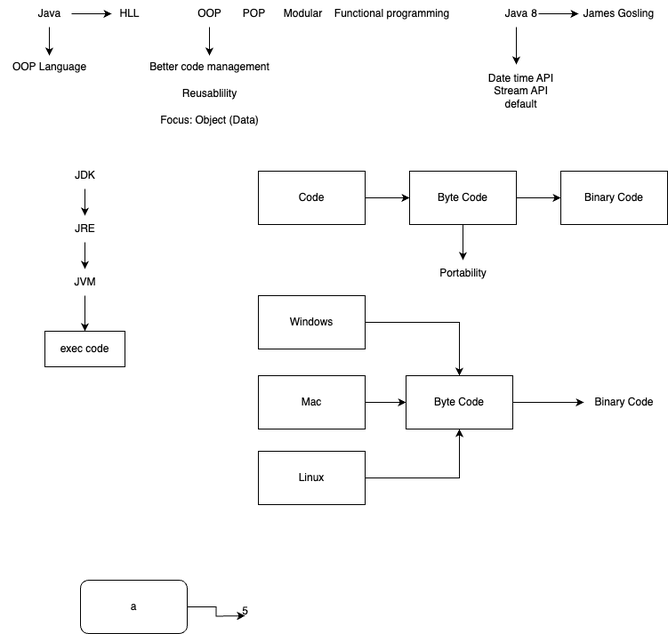
Earlier version of the draw.io export corejava.png (aryan1403/wipro-rps-training). Source tidied: cells renumbered, new cells last; positions are measured from the earlier drawing's top-left corner, leaving out a move shared by most shapes. The source it was exported from:
```xml
<mxGraphModel>
  <root>
    <mxCell id="0" />
    <mxCell id="1" parent="0" />
    <mxCell id="2" style="edgeStyle=orthogonalEdgeStyle;rounded=0;jettySize=auto;html=1;" parent="1" edge="1" source="4">
      <mxGeometry relative="1" as="geometry">
        <mxPoint x="55" y="62" as="targetPoint" />
      </mxGeometry>
    </mxCell>
    <mxCell id="3" style="edgeStyle=orthogonalEdgeStyle;rounded=0;jettySize=auto;html=1;" parent="1" edge="1" source="4">
      <mxGeometry relative="1" as="geometry">
        <mxPoint x="125" y="15" as="targetPoint" />
      </mxGeometry>
    </mxCell>
    <mxCell id="4" value="Java" style="text;html=1;align=center;verticalAlign=middle;points=[];strokeColor=none;fillColor=none;" parent="1" vertex="1">
      <mxGeometry x="30" width="50" height="30" as="geometry" />
    </mxCell>
    <mxCell id="5" value="OOP Language" style="text;html=1;align=center;verticalAlign=middle;strokeColor=none;fillColor=none;" parent="1" vertex="1">
      <mxGeometry y="60" width="110" height="30" as="geometry" />
    </mxCell>
    <mxCell id="6" value="HLL" style="text;html=1;align=center;verticalAlign=middle;strokeColor=none;fillColor=none;" parent="1" vertex="1">
      <mxGeometry x="120" width="50" height="30" as="geometry" />
    </mxCell>
    <mxCell id="7" style="edgeStyle=orthogonalEdgeStyle;rounded=0;jettySize=auto;html=1;" parent="1" edge="1" source="8">
      <mxGeometry relative="1" as="geometry">
        <mxPoint x="235" y="62" as="targetPoint" />
      </mxGeometry>
    </mxCell>
    <mxCell id="8" value="OOP" style="text;html=1;align=center;verticalAlign=middle;points=[];strokeColor=none;fillColor=none;" parent="1" vertex="1">
      <mxGeometry x="210" width="50" height="30" as="geometry" />
    </mxCell>
    <mxCell id="9" value="POP" style="text;html=1;align=center;verticalAlign=middle;strokeColor=none;fillColor=none;" parent="1" vertex="1">
      <mxGeometry x="260" width="50" height="30" as="geometry" />
    </mxCell>
    <mxCell id="10" value="Modular" style="text;html=1;align=center;verticalAlign=middle;strokeColor=none;fillColor=none;" parent="1" vertex="1">
      <mxGeometry x="305" width="70" height="30" as="geometry" />
    </mxCell>
    <mxCell id="11" value="Better code management" style="text;html=1;align=center;verticalAlign=middle;strokeColor=none;fillColor=none;" parent="1" vertex="1">
      <mxGeometry x="155" y="60" width="160" height="30" as="geometry" />
    </mxCell>
    <mxCell id="12" value="Reusablility" style="text;html=1;align=center;verticalAlign=middle;strokeColor=none;fillColor=none;" parent="1" vertex="1">
      <mxGeometry x="195" y="90" width="80" height="30" as="geometry" />
    </mxCell>
    <mxCell id="13" value="Focus: Object (Data)" style="text;html=1;align=center;verticalAlign=middle;strokeColor=none;fillColor=none;" parent="1" vertex="1">
      <mxGeometry x="170" y="120" width="130" height="30" as="geometry" />
    </mxCell>
    <mxCell id="14" value="Functional programming" style="text;html=1;align=center;verticalAlign=middle;strokeColor=none;fillColor=none;" parent="1" vertex="1">
      <mxGeometry x="365" width="150" height="30" as="geometry" />
    </mxCell>
    <mxCell id="15" style="edgeStyle=orthogonalEdgeStyle;rounded=0;jettySize=auto;html=1;" parent="1" edge="1" source="17">
      <mxGeometry relative="1" as="geometry">
        <mxPoint x="650" y="15" as="targetPoint" />
      </mxGeometry>
    </mxCell>
    <mxCell id="16" style="edgeStyle=orthogonalEdgeStyle;rounded=0;jettySize=auto;html=1;" parent="1" edge="1" source="17">
      <mxGeometry relative="1" as="geometry">
        <mxPoint x="580" y="72" as="targetPoint" />
      </mxGeometry>
    </mxCell>
    <mxCell id="17" value="Java" style="text;html=1;align=center;verticalAlign=middle;points=[];strokeColor=none;fillColor=none;" parent="1" vertex="1">
      <mxGeometry x="555" width="50" height="30" as="geometry" />
    </mxCell>
    <mxCell id="18" value="James Gosling" style="text;html=1;align=center;verticalAlign=middle;strokeColor=none;fillColor=none;" parent="1" vertex="1">
      <mxGeometry x="645" width="100" height="30" as="geometry" />
    </mxCell>
    <mxCell id="19" value="8" style="text;html=1;align=center;verticalAlign=middle;strokeColor=none;fillColor=none;" parent="1" vertex="1">
      <mxGeometry x="585" width="30" height="30" as="geometry" />
    </mxCell>
    <mxCell id="20" value="Date time API&lt;div&gt;Stream API&lt;/div&gt;&lt;div&gt;default&lt;/div&gt;" style="text;html=1;align=center;verticalAlign=middle;strokeColor=none;fillColor=none;" parent="1" vertex="1">
      <mxGeometry x="535" y="72" width="100" height="60" as="geometry" />
    </mxCell>
    <mxCell id="21" style="edgeStyle=orthogonalEdgeStyle;rounded=0;jettySize=auto;html=1;" parent="1" edge="1" source="22">
      <mxGeometry relative="1" as="geometry">
        <mxPoint x="460" y="222" as="targetPoint" />
      </mxGeometry>
    </mxCell>
    <mxCell id="22" value="Code" style="rounded=0;whiteSpace=wrap;html=1;" parent="1" vertex="1">
      <mxGeometry x="290" y="192" width="120" height="60" as="geometry" />
    </mxCell>
    <mxCell id="23" style="edgeStyle=orthogonalEdgeStyle;rounded=0;jettySize=auto;html=1;" parent="1" edge="1" source="25">
      <mxGeometry relative="1" as="geometry">
        <mxPoint x="630" y="222" as="targetPoint" />
      </mxGeometry>
    </mxCell>
    <mxCell id="24" style="edgeStyle=orthogonalEdgeStyle;rounded=0;jettySize=auto;html=1;" parent="1" edge="1" source="25">
      <mxGeometry relative="1" as="geometry">
        <mxPoint x="520" y="292" as="targetPoint" />
      </mxGeometry>
    </mxCell>
    <mxCell id="25" value="Byte Code" style="rounded=0;whiteSpace=wrap;html=1;" parent="1" vertex="1">
      <mxGeometry x="460" y="192" width="120" height="60" as="geometry" />
    </mxCell>
    <mxCell id="26" value="Binary Code" style="rounded=0;whiteSpace=wrap;html=1;" parent="1" vertex="1">
      <mxGeometry x="630" y="192" width="120" height="60" as="geometry" />
    </mxCell>
    <mxCell id="27" value="Portability" style="text;html=1;align=center;verticalAlign=middle;strokeColor=none;fillColor=none;" parent="1" vertex="1">
      <mxGeometry x="480" y="292" width="80" height="30" as="geometry" />
    </mxCell>
    <mxCell id="28" style="edgeStyle=orthogonalEdgeStyle;rounded=0;jettySize=auto;html=1;entryX=0.5;entryY=0;entryDx=0;entryDy=0;" parent="1" edge="1" source="29" target="35">
      <mxGeometry relative="1" as="geometry" />
    </mxCell>
    <mxCell id="29" value="Windows" style="rounded=0;whiteSpace=wrap;html=1;" parent="1" vertex="1">
      <mxGeometry x="290" y="332" width="120" height="60" as="geometry" />
    </mxCell>
    <mxCell id="30" style="edgeStyle=orthogonalEdgeStyle;rounded=0;jettySize=auto;html=1;" parent="1" edge="1" source="31" target="35">
      <mxGeometry relative="1" as="geometry" />
    </mxCell>
    <mxCell id="31" value="Mac" style="rounded=0;whiteSpace=wrap;html=1;" parent="1" vertex="1">
      <mxGeometry x="290" y="422" width="120" height="60" as="geometry" />
    </mxCell>
    <mxCell id="32" style="edgeStyle=orthogonalEdgeStyle;rounded=0;jettySize=auto;html=1;entryX=0.5;entryY=1;entryDx=0;entryDy=0;" parent="1" edge="1" source="33" target="35">
      <mxGeometry relative="1" as="geometry" />
    </mxCell>
    <mxCell id="33" value="Linux" style="rounded=0;whiteSpace=wrap;html=1;" parent="1" vertex="1">
      <mxGeometry x="290" y="507" width="120" height="60" as="geometry" />
    </mxCell>
    <mxCell id="34" style="edgeStyle=orthogonalEdgeStyle;rounded=0;jettySize=auto;html=1;" parent="1" edge="1" source="35">
      <mxGeometry relative="1" as="geometry">
        <mxPoint x="656" y="452" as="targetPoint" />
      </mxGeometry>
    </mxCell>
    <mxCell id="35" value="Byte Code" style="rounded=0;whiteSpace=wrap;html=1;" parent="1" vertex="1">
      <mxGeometry x="456" y="422" width="120" height="60" as="geometry" />
    </mxCell>
    <mxCell id="36" value="Binary Code" style="text;html=1;align=center;verticalAlign=middle;strokeColor=none;fillColor=none;" parent="1" vertex="1">
      <mxGeometry x="656" y="437" width="90" height="30" as="geometry" />
    </mxCell>
    <mxCell id="37" style="edgeStyle=orthogonalEdgeStyle;rounded=0;jettySize=auto;html=1;" parent="1" edge="1" source="38">
      <mxGeometry relative="1" as="geometry">
        <mxPoint x="95" y="372" as="targetPoint" />
      </mxGeometry>
    </mxCell>
    <mxCell id="38" value="JVM" style="text;html=1;align=center;verticalAlign=middle;points=[];strokeColor=none;fillColor=none;" parent="1" vertex="1">
      <mxGeometry x="70" y="302" width="50" height="30" as="geometry" />
    </mxCell>
    <mxCell id="39" style="edgeStyle=orthogonalEdgeStyle;rounded=0;jettySize=auto;html=1;" parent="1" edge="1" source="40" target="42">
      <mxGeometry relative="1" as="geometry" />
    </mxCell>
    <mxCell id="40" value="JDK" style="text;html=1;align=center;verticalAlign=middle;points=[];strokeColor=none;fillColor=none;" parent="1" vertex="1">
      <mxGeometry x="70" y="182" width="50" height="30" as="geometry" />
    </mxCell>
    <mxCell id="41" style="edgeStyle=orthogonalEdgeStyle;rounded=0;jettySize=auto;html=1;" parent="1" edge="1" source="42" target="38">
      <mxGeometry relative="1" as="geometry" />
    </mxCell>
    <mxCell id="42" value="JRE" style="text;html=1;align=center;verticalAlign=middle;points=[];strokeColor=none;fillColor=none;" parent="1" vertex="1">
      <mxGeometry x="70" y="242" width="50" height="30" as="geometry" />
    </mxCell>
    <mxCell id="43" value="exec code" style="whiteSpace=wrap;html=1;" parent="1" vertex="1">
      <mxGeometry x="50" y="372" width="90" height="40" as="geometry" />
    </mxCell>
    <mxCell id="44" style="edgeStyle=orthogonalEdgeStyle;rounded=0;jettySize=auto;html=1;" parent="1" edge="1" source="45">
      <mxGeometry relative="1" as="geometry">
        <mxPoint x="275" y="692" as="targetPoint" />
      </mxGeometry>
    </mxCell>
    <mxCell id="45" value="a" style="rounded=1;whiteSpace=wrap;html=1;" parent="1" vertex="1">
      <mxGeometry x="90" y="652" width="120" height="60" as="geometry" />
    </mxCell>
    <mxCell id="46" value="5" style="text;html=1;align=center;verticalAlign=middle;strokeColor=none;fillColor=none;" parent="1" vertex="1">
      <mxGeometry x="260" y="672" width="30" height="30" as="geometry" />
    </mxCell>
  </root>
</mxGraphModel>
```
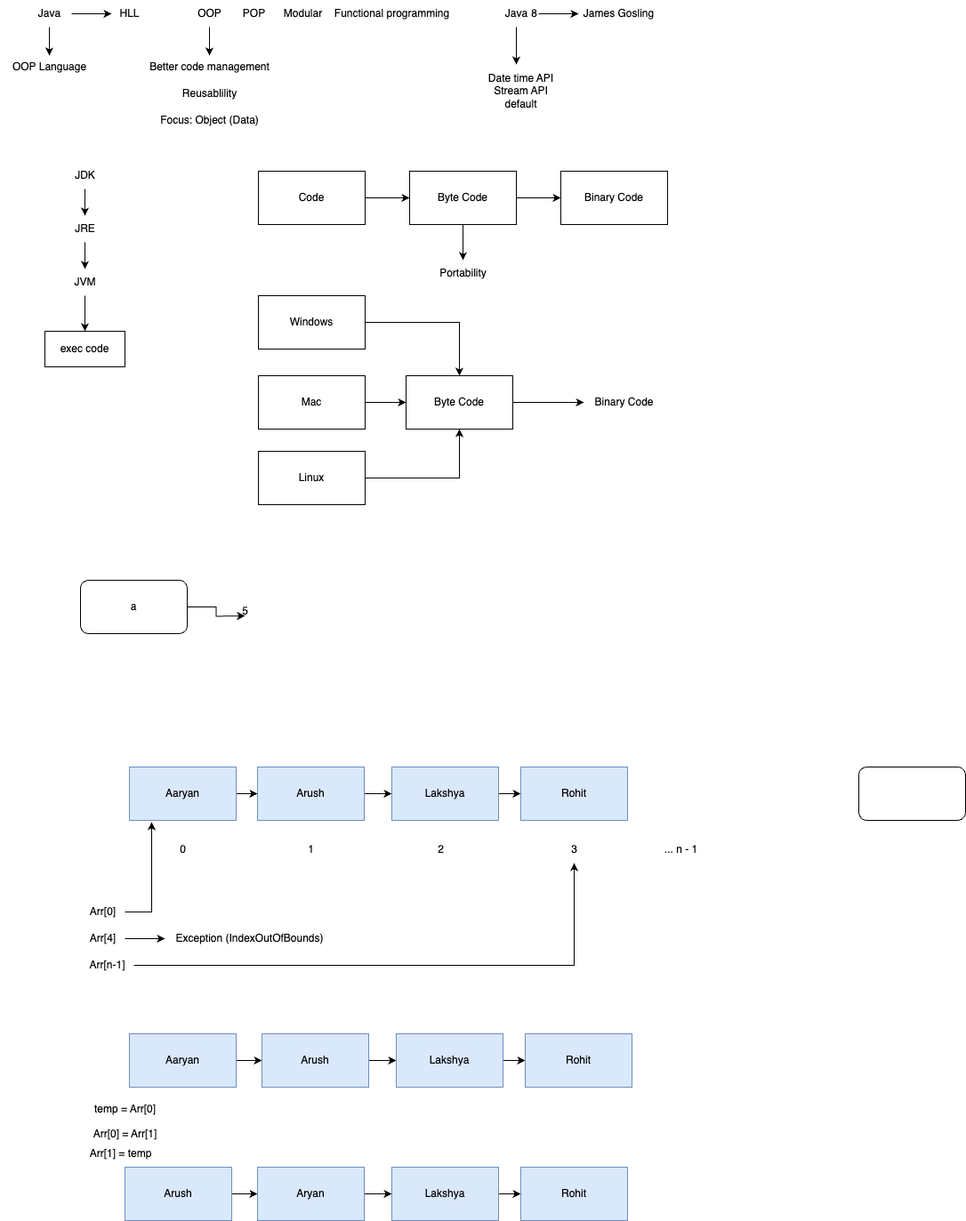
The same file after the commit.

The edit, as a diff of the source:
```diff
@@ -159,5 +159,118 @@
     <mxCell id="46" value="5" style="text;html=1;align=center;verticalAlign=middle;strokeColor=none;fillColor=none;" parent="1" vertex="1">
       <mxGeometry x="260" y="672" width="30" height="30" as="geometry" />
     </mxCell>
+    <mxCell id="47" style="edgeStyle=orthogonalEdgeStyle;rounded=0;jettySize=auto;html=1;entryX=0;entryY=0.5;entryDx=0;entryDy=0;" parent="1" edge="1" source="48" target="50">
+      <mxGeometry relative="1" as="geometry" />
+    </mxCell>
+    <mxCell id="48" value="Aaryan" style="rounded=0;whiteSpace=wrap;html=1;fillColor=#dae8fc;strokeColor=#6c8ebf;" parent="1" vertex="1">
+      <mxGeometry x="145" y="862" width="120" height="60" as="geometry" />
+    </mxCell>
+    <mxCell id="49" style="edgeStyle=orthogonalEdgeStyle;rounded=0;jettySize=auto;html=1;" parent="1" edge="1" source="50" target="52">
+      <mxGeometry relative="1" as="geometry" />
+    </mxCell>
+    <mxCell id="50" value="Arush" style="rounded=0;whiteSpace=wrap;html=1;fillColor=#dae8fc;strokeColor=#6c8ebf;" parent="1" vertex="1">
+      <mxGeometry x="289" y="862" width="120" height="60" as="geometry" />
+    </mxCell>
+    <mxCell id="51" style="edgeStyle=orthogonalEdgeStyle;rounded=0;jettySize=auto;html=1;" parent="1" edge="1" source="52" target="53">
+      <mxGeometry relative="1" as="geometry" />
+    </mxCell>
+    <mxCell id="52" value="Lakshya" style="rounded=0;whiteSpace=wrap;html=1;fillColor=#dae8fc;strokeColor=#6c8ebf;" parent="1" vertex="1">
+      <mxGeometry x="440" y="862" width="120" height="60" as="geometry" />
+    </mxCell>
+    <mxCell id="53" value="Rohit" style="rounded=0;whiteSpace=wrap;html=1;fillColor=#dae8fc;strokeColor=#6c8ebf;" parent="1" vertex="1">
+      <mxGeometry x="585" y="862" width="120" height="60" as="geometry" />
+    </mxCell>
+    <mxCell id="54" value="0" style="text;html=1;align=center;verticalAlign=middle;strokeColor=none;fillColor=none;" parent="1" vertex="1">
+      <mxGeometry x="190" y="940" width="30" height="30" as="geometry" />
+    </mxCell>
+    <mxCell id="55" value="1" style="text;html=1;align=center;verticalAlign=middle;strokeColor=none;fillColor=none;" parent="1" vertex="1">
+      <mxGeometry x="334" y="940" width="30" height="30" as="geometry" />
+    </mxCell>
+    <mxCell id="56" value="2" style="text;html=1;align=center;verticalAlign=middle;strokeColor=none;fillColor=none;" parent="1" vertex="1">
+      <mxGeometry x="480" y="940" width="30" height="30" as="geometry" />
+    </mxCell>
+    <mxCell id="57" value="3" style="text;html=1;align=center;verticalAlign=middle;points=[];strokeColor=none;fillColor=none;" parent="1" vertex="1">
+      <mxGeometry x="630" y="940" width="30" height="30" as="geometry" />
+    </mxCell>
+    <mxCell id="58" value="... n - 1" style="text;html=1;align=center;verticalAlign=middle;strokeColor=none;fillColor=none;" parent="1" vertex="1">
+      <mxGeometry x="735" y="940" width="60" height="30" as="geometry" />
+    </mxCell>
+    <mxCell id="59" style="rounded=1;whiteSpace=wrap;html=1;" parent="1" vertex="1">
+      <mxGeometry x="965" y="862" width="120" height="60" as="geometry" />
+    </mxCell>
+    <mxCell id="60" value="Arr[0]" style="text;html=1;align=center;verticalAlign=middle;points=[];strokeColor=none;fillColor=none;" parent="1" vertex="1">
+      <mxGeometry x="90" y="1010" width="50" height="30" as="geometry" />
+    </mxCell>
+    <mxCell id="61" style="edgeStyle=orthogonalEdgeStyle;rounded=0;jettySize=auto;html=1;entryX=0.208;entryY=1.033;entryDx=0;entryDy=0;entryPerimeter=0;" parent="1" edge="1" source="60" target="48">
+      <mxGeometry relative="1" as="geometry" />
+    </mxCell>
+    <mxCell id="62" style="edgeStyle=orthogonalEdgeStyle;rounded=0;jettySize=auto;html=1;" parent="1" edge="1" source="63">
+      <mxGeometry relative="1" as="geometry">
+        <mxPoint x="185" y="1055" as="targetPoint" />
+      </mxGeometry>
+    </mxCell>
+    <mxCell id="63" value="Arr[4]" style="text;html=1;align=center;verticalAlign=middle;points=[];strokeColor=none;fillColor=none;" parent="1" vertex="1">
+      <mxGeometry x="90" y="1040" width="50" height="30" as="geometry" />
+    </mxCell>
+    <mxCell id="64" value="Exception (IndexOutOfBounds)" style="text;html=1;align=center;verticalAlign=middle;strokeColor=none;fillColor=none;" parent="1" vertex="1">
+      <mxGeometry x="185" y="1040" width="190" height="30" as="geometry" />
+    </mxCell>
+    <mxCell id="65" style="edgeStyle=orthogonalEdgeStyle;rounded=0;jettySize=auto;html=1;" parent="1" edge="1" source="66" target="57">
+      <mxGeometry relative="1" as="geometry" />
+    </mxCell>
+    <mxCell id="66" value="Arr[n-1]" style="text;html=1;align=center;verticalAlign=middle;points=[];strokeColor=none;fillColor=none;" parent="1" vertex="1">
+      <mxGeometry x="90" y="1070" width="60" height="30" as="geometry" />
+    </mxCell>
+    <mxCell id="67" style="edgeStyle=orthogonalEdgeStyle;rounded=0;jettySize=auto;html=1;entryX=0;entryY=0.5;entryDx=0;entryDy=0;" parent="1" edge="1" source="68" target="70">
+      <mxGeometry relative="1" as="geometry" />
+    </mxCell>
+    <mxCell id="68" value="Aaryan" style="rounded=0;whiteSpace=wrap;html=1;fillColor=#dae8fc;strokeColor=#6c8ebf;" parent="1" vertex="1">
+      <mxGeometry x="145" y="1162" width="120" height="60" as="geometry" />
+    </mxCell>
+    <mxCell id="69" style="edgeStyle=orthogonalEdgeStyle;rounded=0;jettySize=auto;html=1;" parent="1" edge="1" source="70" target="72">
+      <mxGeometry relative="1" as="geometry" />
+    </mxCell>
+    <mxCell id="70" value="Arush" style="rounded=0;whiteSpace=wrap;html=1;fillColor=#dae8fc;strokeColor=#6c8ebf;" parent="1" vertex="1">
+      <mxGeometry x="294" y="1162" width="120" height="60" as="geometry" />
+    </mxCell>
+    <mxCell id="71" style="edgeStyle=orthogonalEdgeStyle;rounded=0;jettySize=auto;html=1;" parent="1" edge="1" source="72" target="73">
+      <mxGeometry relative="1" as="geometry" />
+    </mxCell>
+    <mxCell id="72" value="Lakshya" style="rounded=0;whiteSpace=wrap;html=1;fillColor=#dae8fc;strokeColor=#6c8ebf;" parent="1" vertex="1">
+      <mxGeometry x="445" y="1162" width="120" height="60" as="geometry" />
+    </mxCell>
+    <mxCell id="73" value="Rohit" style="rounded=0;whiteSpace=wrap;html=1;fillColor=#dae8fc;strokeColor=#6c8ebf;" parent="1" vertex="1">
+      <mxGeometry x="590" y="1162" width="120" height="60" as="geometry" />
+    </mxCell>
+    <mxCell id="74" value="Arr[0] = Arr[1]&lt;div&gt;&lt;br&gt;&lt;/div&gt;" style="text;html=1;align=center;verticalAlign=middle;strokeColor=none;fillColor=none;" parent="1" vertex="1">
+      <mxGeometry x="90" y="1262" width="100" height="40" as="geometry" />
+    </mxCell>
+    <mxCell id="75" style="edgeStyle=orthogonalEdgeStyle;rounded=0;jettySize=auto;html=1;entryX=0;entryY=0.5;entryDx=0;entryDy=0;" parent="1" edge="1" source="76" target="78">
+      <mxGeometry relative="1" as="geometry" />
+    </mxCell>
+    <mxCell id="76" value="Arush" style="rounded=0;whiteSpace=wrap;html=1;fillColor=#dae8fc;strokeColor=#6c8ebf;" parent="1" vertex="1">
+      <mxGeometry x="140" y="1312" width="120" height="60" as="geometry" />
+    </mxCell>
+    <mxCell id="77" style="edgeStyle=orthogonalEdgeStyle;rounded=0;jettySize=auto;html=1;" parent="1" edge="1" source="78" target="80">
+      <mxGeometry relative="1" as="geometry" />
+    </mxCell>
+    <mxCell id="78" value="Aryan" style="rounded=0;whiteSpace=wrap;html=1;fillColor=#dae8fc;strokeColor=#6c8ebf;" parent="1" vertex="1">
+      <mxGeometry x="289" y="1312" width="120" height="60" as="geometry" />
+    </mxCell>
+    <mxCell id="79" style="edgeStyle=orthogonalEdgeStyle;rounded=0;jettySize=auto;html=1;" parent="1" edge="1" source="80" target="81">
+      <mxGeometry relative="1" as="geometry" />
+    </mxCell>
+    <mxCell id="80" value="Lakshya" style="rounded=0;whiteSpace=wrap;html=1;fillColor=#dae8fc;strokeColor=#6c8ebf;" parent="1" vertex="1">
+      <mxGeometry x="440" y="1312" width="120" height="60" as="geometry" />
+    </mxCell>
+    <mxCell id="81" value="Rohit" style="rounded=0;whiteSpace=wrap;html=1;fillColor=#dae8fc;strokeColor=#6c8ebf;" parent="1" vertex="1">
+      <mxGeometry x="585" y="1312" width="120" height="60" as="geometry" />
+    </mxCell>
+    <mxCell id="82" value="temp = Arr[0]" style="text;html=1;align=center;verticalAlign=middle;strokeColor=none;fillColor=none;" parent="1" vertex="1">
+      <mxGeometry x="95" y="1232" width="90" height="30" as="geometry" />
+    </mxCell>
+    <mxCell id="83" value="Arr[1] = temp" style="text;html=1;align=center;verticalAlign=middle;strokeColor=none;fillColor=none;" parent="1" vertex="1">
+      <mxGeometry x="90" y="1282" width="90" height="30" as="geometry" />
+    </mxCell>
   </root>
 </mxGraphModel>
```
